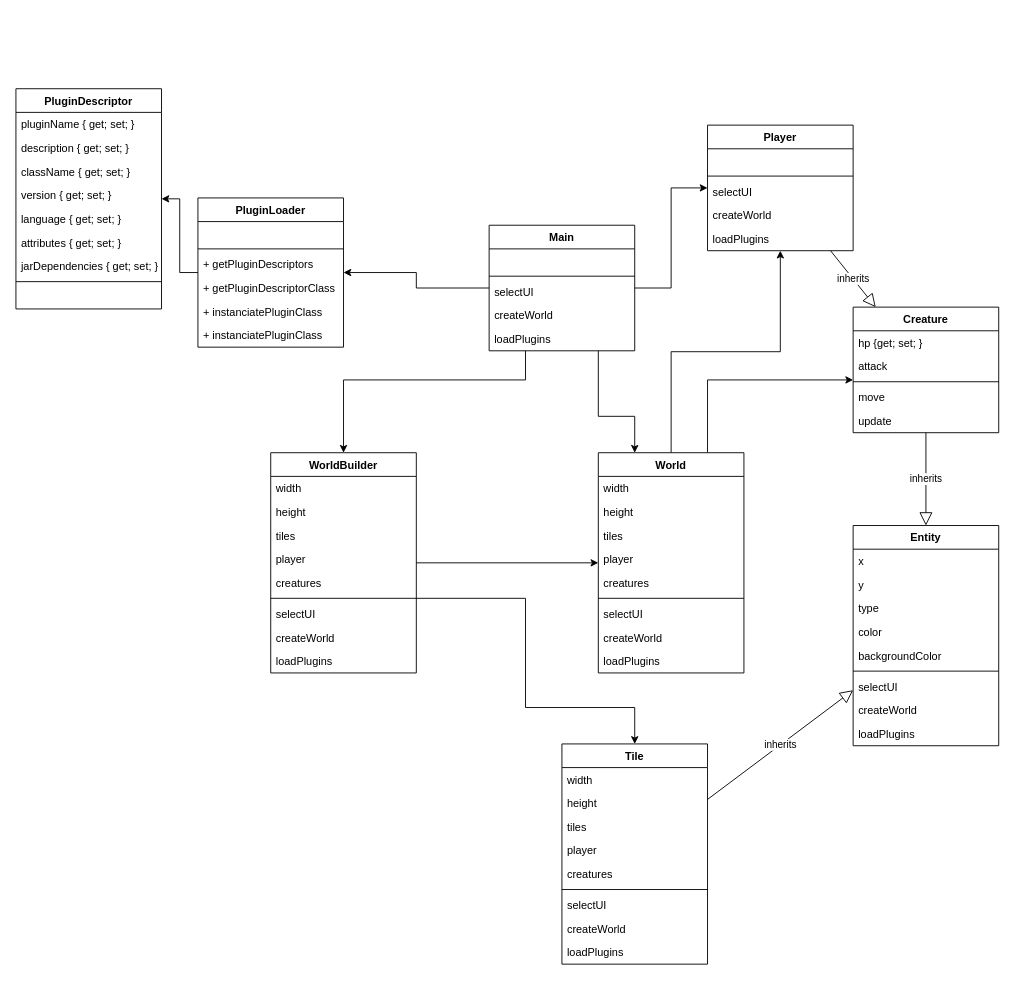
The draw.io diagram Classes.drawio in Vanane/RoguelikeGenerator, before the edit. Source tidied: cells renumbered, new cells numbered last; positions are measured from the earlier drawing's top-left corner, leaving out a move shared by most shapes. Both pictures are drawn from the tidied source at 91%, with x=0, y=0 at pixel (15, 88).
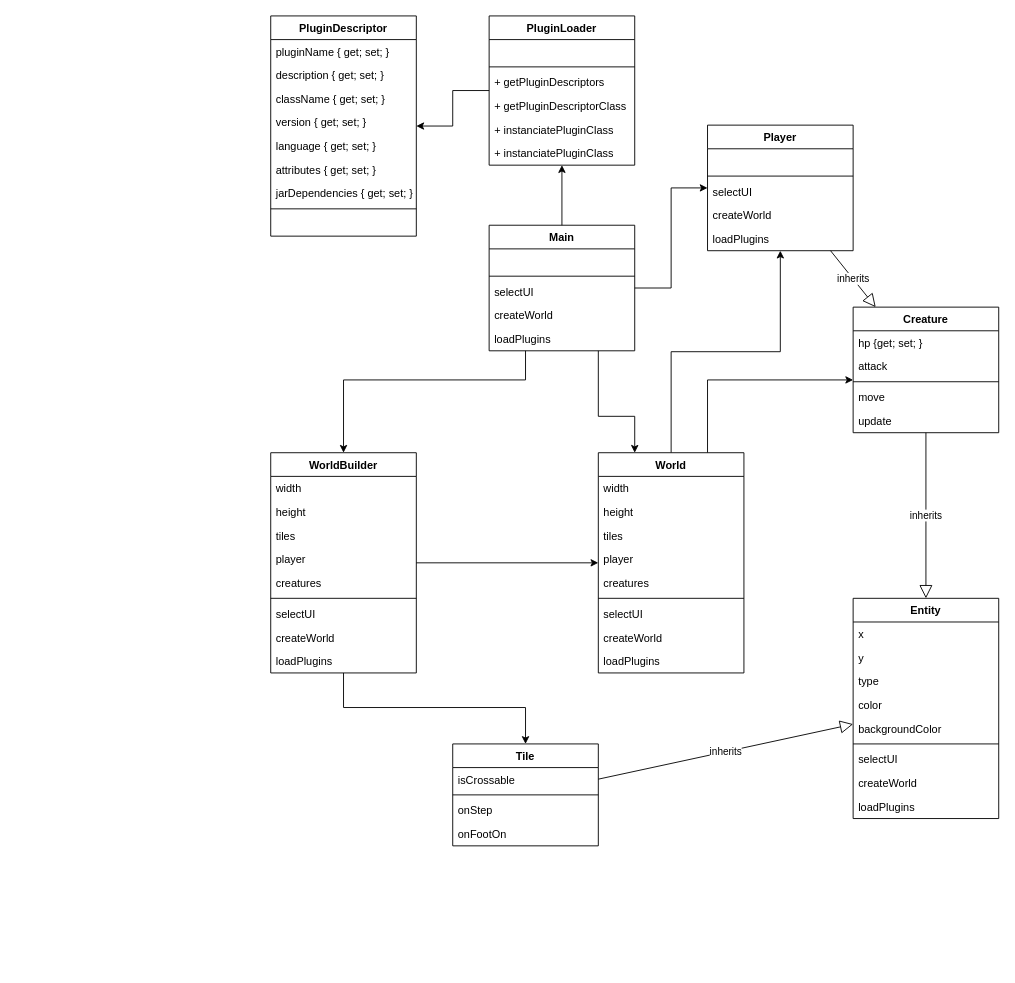
After the change.

Commit message:
Update Classes.drawio ajouté Tile

The change refers to these unchanged cells:
```xml
<mxCell id="67" value="WorldBuilder" style="swimlane;fontStyle=1;align=center;verticalAlign=top;horizontal=1;startSize=26;" parent="1" vertex="1">
  <mxGeometry x="280" y="400" width="160" height="242" as="geometry" />
</mxCell>
```

Diff of the diagram source:
```diff
@@
     <mxCell id="12" value="PluginLoader" style="swimlane;fontStyle=1;align=center;verticalAlign=top;horizontal=1;startSize=26;" parent="1" vertex="1">
-      <mxGeometry x="200" y="120" width="160" height="164" as="geometry" />
+      <mxGeometry x="520" y="-80" width="160" height="164" as="geometry" />
     </mxCell>
@@
     <mxCell id="20" value="PluginDescriptor" style="swimlane;fontStyle=1;align=center;verticalAlign=top;horizontal=1;startSize=26;" parent="1" vertex="1">
-      <mxGeometry width="160" height="242" as="geometry" />
+      <mxGeometry x="280" y="-80" width="160" height="242" as="geometry" />
     </mxCell>
@@
     <mxCell id="44" value="Entity" style="swimlane;fontStyle=1;align=center;verticalAlign=top;horizontal=1;startSize=26;" parent="1" vertex="1">
-      <mxGeometry x="920" y="480" width="160" height="242" as="geometry" />
+      <mxGeometry x="920" y="560" width="160" height="242" as="geometry" />
     </mxCell>
@@
     <mxCell id="66" style="edgeStyle=orthogonalEdgeStyle;rounded=0;jettySize=auto;html=1;endArrow=classic;endFill=1;endSize=6;" parent="1" edge="1" source="67" target="78">
       <mxGeometry relative="1" as="geometry">
         <Array as="points">
-          <mxPoint x="560" y="560" />
+          <mxPoint x="360" y="680" />
           <mxPoint x="560" y="680" />
-          <mxPoint x="680" y="680" />
         </Array>
       </mxGeometry>
     </mxCell>
@@
     <mxCell id="78" value="Tile" style="swimlane;fontStyle=1;align=center;verticalAlign=top;horizontal=1;startSize=26;" parent="1" vertex="1">
-      <mxGeometry x="600" y="720" width="160" height="242" as="geometry" />
+      <mxGeometry x="480" y="720" width="160" height="112" as="geometry" />
     </mxCell>
-    <mxCell id="79" value="width" style="text;strokeColor=none;fillColor=none;align=left;verticalAlign=top;spacingLeft=4;spacingRight=4;overflow=hidden;" parent="78" vertex="1">
+    <mxCell id="79" value="isCrossable" style="text;strokeColor=none;fillColor=none;align=left;verticalAlign=top;spacingLeft=4;spacingRight=4;overflow=hidden;" parent="78" vertex="1">
       <mxGeometry y="26" width="160" height="26" as="geometry" />
     </mxCell>
-    <mxCell id="80" value="height" style="text;strokeColor=none;fillColor=none;align=left;verticalAlign=top;spacingLeft=4;spacingRight=4;overflow=hidden;" parent="78" vertex="1">
-      <mxGeometry y="52" width="160" height="26" as="geometry" />
-    </mxCell>
-    <mxCell id="81" value="tiles" style="text;strokeColor=none;fillColor=none;align=left;verticalAlign=top;spacingLeft=4;spacingRight=4;overflow=hidden;" parent="78" vertex="1">
-      <mxGeometry y="78" width="160" height="26" as="geometry" />
-    </mxCell>
-    <mxCell id="82" value="player" style="text;strokeColor=none;fillColor=none;align=left;verticalAlign=top;spacingLeft=4;spacingRight=4;overflow=hidden;" parent="78" vertex="1">
-      <mxGeometry y="104" width="160" height="26" as="geometry" />
-    </mxCell>
-    <mxCell id="83" value="creatures" style="text;strokeColor=none;fillColor=none;align=left;verticalAlign=top;spacingLeft=4;spacingRight=4;overflow=hidden;" parent="78" vertex="1">
-      <mxGeometry y="130" width="160" height="26" as="geometry" />
-    </mxCell>
     <mxCell id="84" style="line;strokeWidth=1;fillColor=none;align=left;verticalAlign=middle;spacingTop=-1;spacingLeft=3;spacingRight=3;labelPosition=right;" parent="78" vertex="1">
-      <mxGeometry y="156" width="160" height="8" as="geometry" />
+      <mxGeometry y="52" width="160" height="8" as="geometry" />
     </mxCell>
-    <mxCell id="85" value="selectUI" style="text;strokeColor=none;fillColor=none;align=left;verticalAlign=top;spacingLeft=4;spacingRight=4;overflow=hidden;" parent="78" vertex="1">
-      <mxGeometry y="164" width="160" height="26" as="geometry" />
+    <mxCell id="85" value="onStep" style="text;strokeColor=none;fillColor=none;align=left;verticalAlign=top;spacingLeft=4;spacingRight=4;overflow=hidden;" parent="78" vertex="1">
+      <mxGeometry y="60" width="160" height="26" as="geometry" />
     </mxCell>
-    <mxCell id="86" value="createWorld" style="text;strokeColor=none;fillColor=none;align=left;verticalAlign=top;spacingLeft=4;spacingRight=4;overflow=hidden;" parent="78" vertex="1">
-      <mxGeometry y="190" width="160" height="26" as="geometry" />
-    </mxCell>
-    <mxCell id="87" value="loadPlugins" style="text;strokeColor=none;fillColor=none;align=left;verticalAlign=top;spacingLeft=4;spacingRight=4;overflow=hidden;" parent="78" vertex="1">
-      <mxGeometry y="216" width="160" height="26" as="geometry" />
+    <mxCell id="87" value="onFootOn" style="text;strokeColor=none;fillColor=none;align=left;verticalAlign=top;spacingLeft=4;spacingRight=4;overflow=hidden;" parent="78" vertex="1">
+      <mxGeometry y="86" width="160" height="26" as="geometry" />
     </mxCell>
```
